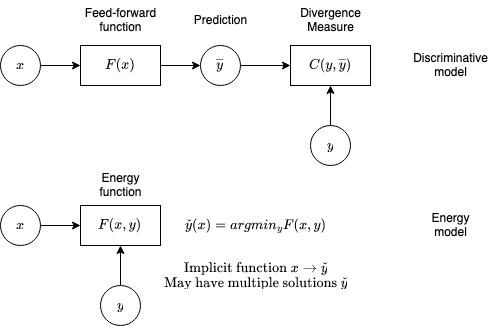
analytiq-hub/sigagent.github.io keeps this draw.io diagram as machine_learning/diagrams/energy_model.drawio.png. Above is the earlier version. Source tidied: cells renumbered, new cells last; positions are measured from the earlier drawing's top-left corner, leaving out a move shared by most shapes.
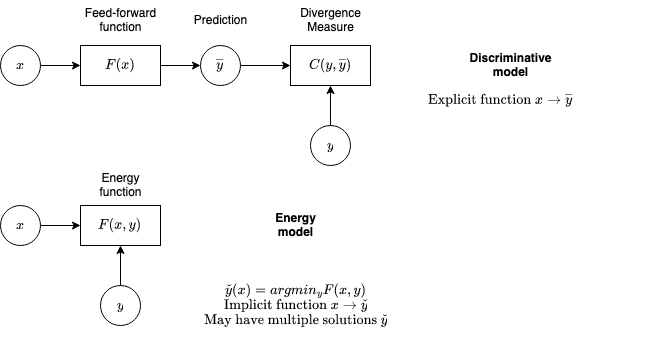
The same file after the commit.

Change to the diagram source:
```diff
@@ -62,17 +62,17 @@
     <mxCell id="21" value="&lt;div&gt;Energy&lt;/div&gt;&lt;div&gt;function&lt;br&gt;&lt;/div&gt;" style="text;html=1;align=center;verticalAlign=middle;strokeColor=none;fillColor=none;" parent="1" vertex="1">
       <mxGeometry x="85" y="165" width="70" height="40" as="geometry" />
     </mxCell>
-    <mxCell id="22" value="&lt;div&gt;$$\check{y}(x)=argmin_y F(x,y)$$&lt;/div&gt;" style="text;html=1;align=center;verticalAlign=middle;strokeColor=none;fillColor=none;" parent="1" vertex="1">
-      <mxGeometry x="155" y="210" width="200" height="30" as="geometry" />
-    </mxCell>
-    <mxCell id="23" value="&lt;div&gt;Discriminative&lt;/div&gt;&lt;div&gt;model&lt;br&gt;&lt;/div&gt;" style="text;html=1;align=center;verticalAlign=middle;strokeColor=none;fillColor=none;" parent="1" vertex="1">
-      <mxGeometry x="400" y="45" width="100" height="40" as="geometry" />
+    <mxCell id="23" value="&lt;div&gt;&lt;b&gt;Discriminative&lt;/b&gt;&lt;/div&gt;&lt;div&gt;&lt;b&gt;model&lt;/b&gt;&lt;br&gt;&lt;/div&gt;" style="text;html=1;align=center;verticalAlign=middle;strokeColor=none;fillColor=none;" parent="1" vertex="1">
+      <mxGeometry x="455" y="45" width="110" height="40" as="geometry" />
     </mxCell>
-    <mxCell id="24" value="&lt;div&gt;Energy&lt;/div&gt;&lt;div&gt;model&lt;br&gt;&lt;/div&gt;" style="text;html=1;align=center;verticalAlign=middle;strokeColor=none;fillColor=none;" parent="1" vertex="1">
-      <mxGeometry x="420" y="205" width="60" height="40" as="geometry" />
+    <mxCell id="24" value="&lt;div&gt;&lt;b&gt;Energy&lt;/b&gt;&lt;/div&gt;&lt;div&gt;&lt;b&gt;model&lt;/b&gt;&lt;br&gt;&lt;/div&gt;" style="text;html=1;align=center;verticalAlign=middle;strokeColor=none;fillColor=none;" parent="1" vertex="1">
+      <mxGeometry x="265" y="205" width="60" height="40" as="geometry" />
     </mxCell>
-    <mxCell id="25" value="&lt;div&gt;$$\text{Implicit function } x \rightarrow \check{y}$$&lt;/div&gt;&lt;div&gt;$$\text{May have multiple solutions } \check{y}$$&lt;br&gt;&lt;/div&gt;" style="text;html=1;align=center;verticalAlign=middle;strokeColor=none;fillColor=none;" parent="1" vertex="1">
-      <mxGeometry x="110" y="255" width="290" height="40" as="geometry" />
+    <mxCell id="25" value="&lt;div&gt;&lt;div&gt;$$\check{y}(x)=argmin_y F(x,y)$$&lt;/div&gt;$$\text{Implicit function } x \rightarrow \check{y}$$&lt;/div&gt;&lt;div&gt;$$\text{May have multiple solutions } \check{y}$$&lt;br&gt;&lt;/div&gt;" style="text;html=1;align=center;verticalAlign=middle;strokeColor=none;fillColor=none;" parent="1" vertex="1">
+      <mxGeometry x="150" y="275" width="290" height="60" as="geometry" />
     </mxCell>
+    <mxCell id="26" value="$$\text{Explicit function } x \rightarrow \overline{y}$$" style="text;html=1;align=center;verticalAlign=middle;strokeColor=none;fillColor=none;" parent="1" vertex="1">
+      <mxGeometry x="350" y="85" width="300" height="30" as="geometry" />
+    </mxCell>
   </root>
 </mxGraphModel>
```
